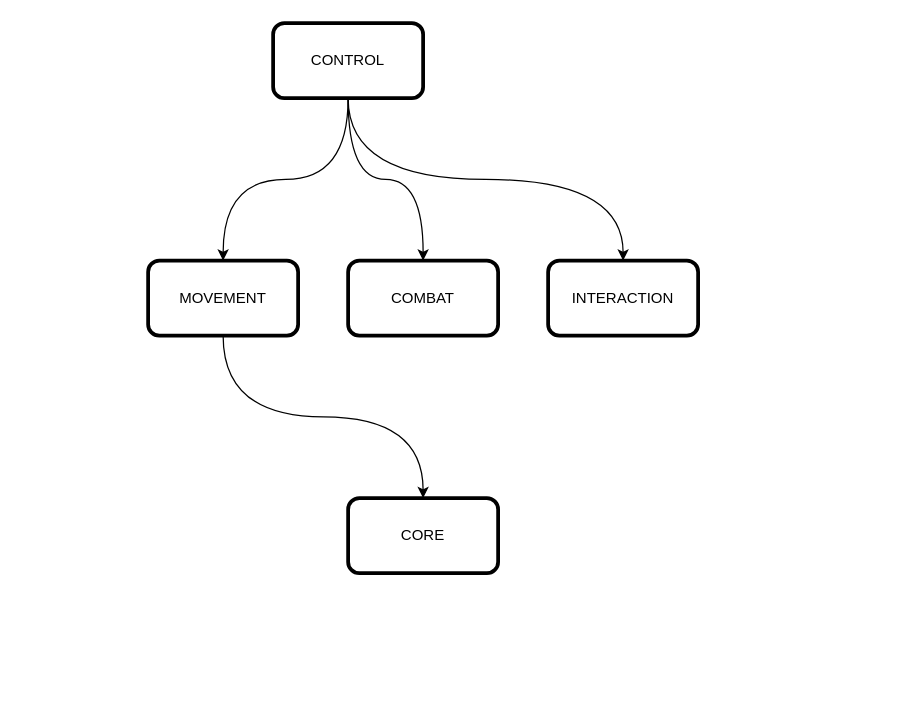
Earlier version of the draw.io diagram _Docs/Architecture.drawio (rafaelmmedeiros/Mount-Mortem-Mystery). Source tidied: cells renumbered, new cells numbered last; positions are measured from the earlier drawing's top-left corner, leaving out a move shared by most shapes. Both pictures are drawn from the tidied source at 125%, with x=0, y=0 at pixel (148, 22).
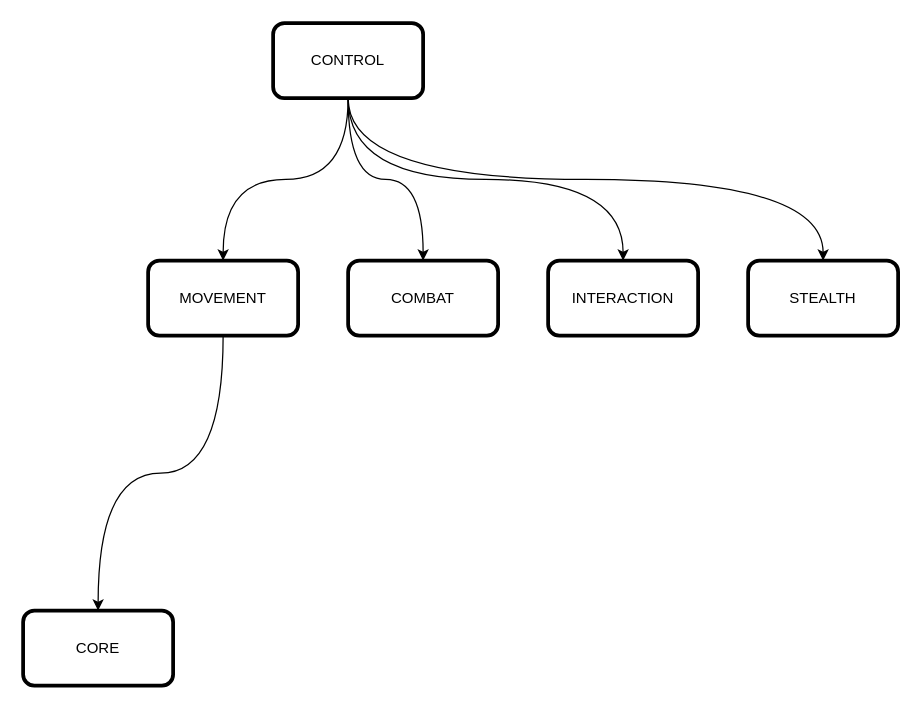
The same page after the edit.

Change to the diagram source:
```diff
@@
 <mxGraphModel>
   <root>
     <mxCell id="0" />
     <mxCell id="1" parent="0" />
     <mxCell id="2" value="CORE" style="rounded=1;whiteSpace=wrap;html=1;strokeWidth=3;" parent="1" vertex="1">
-      <mxGeometry x="160" y="380" width="120" height="60" as="geometry" />
+      <mxGeometry x="-100" y="470" width="120" height="60" as="geometry" />
     </mxCell>
     <mxCell id="3" style="edgeStyle=orthogonalEdgeStyle;rounded=0;jettySize=auto;html=1;exitX=0.5;exitY=1;exitDx=0;exitDy=0;entryX=0.5;entryY=0;entryDx=0;entryDy=0;strokeWidth=1;elbow=vertical;curved=1;" parent="1" edge="1" source="6" target="8">
       <mxGeometry relative="1" as="geometry" />
     </mxCell>
     <mxCell id="4" style="edgeStyle=orthogonalEdgeStyle;curved=1;rounded=1;sketch=0;jettySize=auto;html=1;exitX=0.5;exitY=1;exitDx=0;exitDy=0;" parent="1" edge="1" source="6" target="9">
       <mxGeometry relative="1" as="geometry" />
     </mxCell>
     <mxCell id="5" style="edgeStyle=orthogonalEdgeStyle;curved=1;rounded=1;sketch=0;jettySize=auto;html=1;exitX=0.5;exitY=1;exitDx=0;exitDy=0;" parent="1" edge="1" source="6" target="10">
       <mxGeometry relative="1" as="geometry" />
     </mxCell>
+    <mxCell id="11" style="edgeStyle=orthogonalEdgeStyle;curved=1;rounded=1;sketch=0;jettySize=auto;html=1;exitX=0.5;exitY=1;exitDx=0;exitDy=0;entryX=0.5;entryY=0;entryDx=0;entryDy=0;strokeWidth=1;" parent="1" edge="1" source="6" target="12">
+      <mxGeometry relative="1" as="geometry" />
+    </mxCell>
     <mxCell id="6" value="CONTROL" style="rounded=1;whiteSpace=wrap;html=1;strokeWidth=3;" parent="1" vertex="1">
       <mxGeometry x="100" width="120" height="60" as="geometry" />
     </mxCell>
     <mxCell id="7" style="edgeStyle=orthogonalEdgeStyle;rounded=0;jettySize=auto;html=1;exitX=0.5;exitY=1;exitDx=0;exitDy=0;entryX=0.5;entryY=0;entryDx=0;entryDy=0;strokeWidth=1;curved=1;" parent="1" edge="1" source="8" target="2">
       <mxGeometry relative="1" as="geometry" />
     </mxCell>
     <mxCell id="8" value="MOVEMENT" style="rounded=1;whiteSpace=wrap;html=1;strokeWidth=3;" parent="1" vertex="1">
       <mxGeometry y="190" width="120" height="60" as="geometry" />
     </mxCell>
     <mxCell id="9" value="COMBAT" style="rounded=1;whiteSpace=wrap;html=1;strokeWidth=3;" parent="1" vertex="1">
       <mxGeometry x="160" y="190" width="120" height="60" as="geometry" />
     </mxCell>
     <mxCell id="10" value="INTERACTION" style="rounded=1;whiteSpace=wrap;html=1;strokeWidth=3;" parent="1" vertex="1">
       <mxGeometry x="320" y="190" width="120" height="60" as="geometry" />
     </mxCell>
+    <mxCell id="12" value="STEALTH" style="rounded=1;whiteSpace=wrap;html=1;strokeWidth=3;" parent="1" vertex="1">
+      <mxGeometry x="480" y="190" width="120" height="60" as="geometry" />
+    </mxCell>
   </root>
 </mxGraphModel>
```
